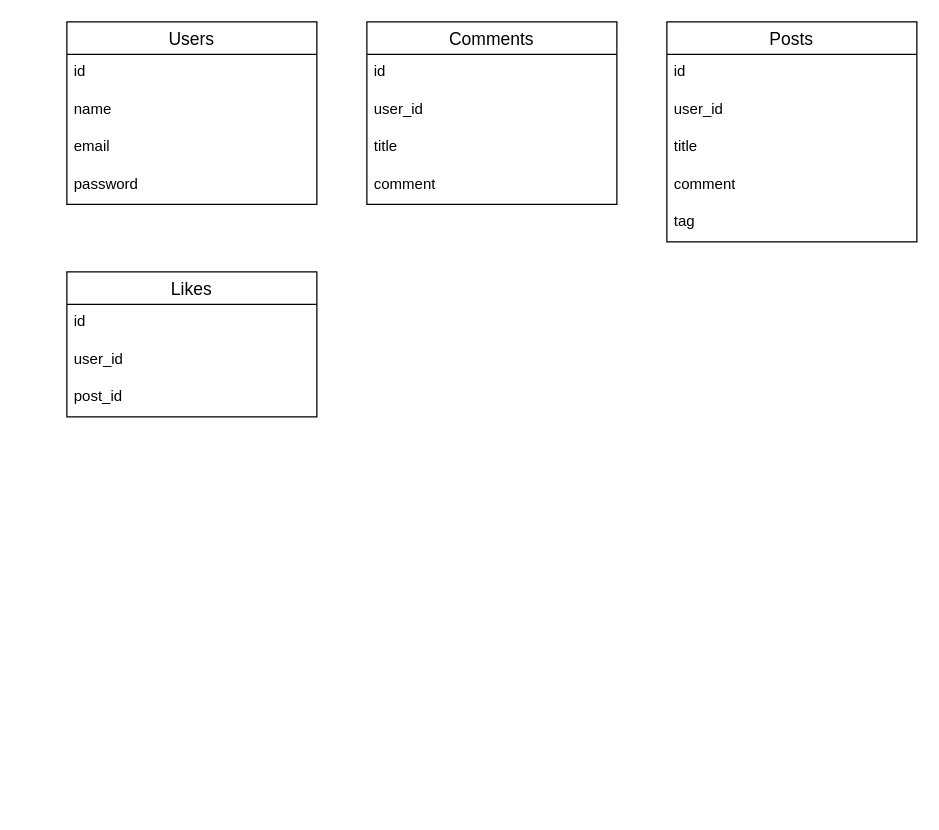
Earlier version of the draw.io diagram ER図.drawio (sakinaga1110/laravel_bbs). Source tidied: cells renumbered, new cells numbered last; positions are measured from the earlier drawing's top-left corner, leaving out a move shared by most shapes. Both pictures are drawn from the tidied source at 125%, with x=0, y=0 at pixel (66, 21).
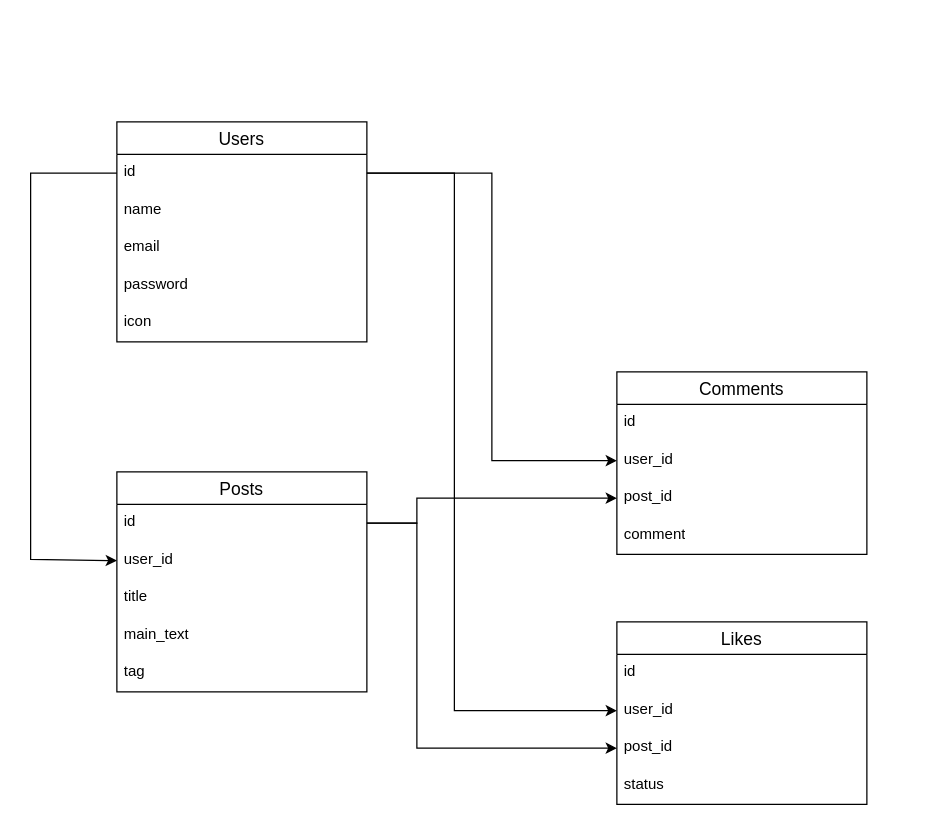
The same page after the edit.

Commit message (it also covers changes not shown here):
ER図.drawio を更新します

Unchanged cells that the change refers to:
```xml
<mxCell id="6" value="id&lt;br&gt;" style="text;strokeColor=none;fillColor=none;spacingLeft=4;spacingRight=4;overflow=hidden;points=[[0,0.5],[1,0.5]];portConstraint=eastwest;fontSize=12;whiteSpace=wrap;html=1;" parent="5" vertex="1">
  <mxGeometry y="26" width="200" height="30" as="geometry" />
</mxCell>
<mxCell id="12" value="user_id" style="text;strokeColor=none;fillColor=none;spacingLeft=4;spacingRight=4;overflow=hidden;points=[[0,0.5],[1,0.5]];portConstraint=eastwest;fontSize=12;whiteSpace=wrap;html=1;" parent="10" vertex="1">
  <mxGeometry y="56" width="200" height="30" as="geometry" />
</mxCell>
<mxCell id="13" value="post_id" style="text;strokeColor=none;fillColor=none;spacingLeft=4;spacingRight=4;overflow=hidden;points=[[0,0.5],[1,0.5]];portConstraint=eastwest;fontSize=12;whiteSpace=wrap;html=1;" parent="10" vertex="1">
  <mxGeometry y="86" width="200" height="30" as="geometry" />
</mxCell>
<mxCell id="15" value="id" style="text;strokeColor=none;fillColor=none;spacingLeft=4;spacingRight=4;overflow=hidden;points=[[0,0.5],[1,0.5]];portConstraint=eastwest;fontSize=12;whiteSpace=wrap;html=1;" parent="14" vertex="1">
  <mxGeometry y="26" width="200" height="30" as="geometry" />
</mxCell>
<mxCell id="16" value="user_id&lt;br&gt;" style="text;strokeColor=none;fillColor=none;spacingLeft=4;spacingRight=4;overflow=hidden;points=[[0,0.5],[1,0.5]];portConstraint=eastwest;fontSize=12;whiteSpace=wrap;html=1;" parent="14" vertex="1">
  <mxGeometry y="56" width="200" height="30" as="geometry" />
</mxCell>
<mxCell id="22" value="user_id&lt;br&gt;" style="text;strokeColor=none;fillColor=none;spacingLeft=4;spacingRight=4;overflow=hidden;points=[[0,0.5],[1,0.5]];portConstraint=eastwest;fontSize=12;whiteSpace=wrap;html=1;" parent="20" vertex="1">
  <mxGeometry y="56" width="200" height="30" as="geometry" />
</mxCell>
```

What changed in the source:
```diff
@@
-    <mxCell id="2" style="shape=partialRectangle;fillColor=none;top=0;left=0;right=0;bottom=0;" parent="1" vertex="1">
-      <mxGeometry x="50" y="190" width="250" height="30" as="geometry" />
-    </mxCell>
-    <mxCell id="3" style="shape=partialRectangle;overflow=hidden;fillColor=none;top=0;left=0;bottom=0;right=0;" parent="2" vertex="1">
-      <mxGeometry width="30" height="30" as="geometry" />
-    </mxCell>
-    <mxCell id="4" style="shape=partialRectangle;overflow=hidden;fillColor=none;top=0;left=0;bottom=0;right=0;align=left;spacingLeft=6;" parent="2" vertex="1">
-      <mxGeometry x="30" width="220" height="30" as="geometry" />
-    </mxCell>
     <mxCell id="5" value="Users" style="swimlane;fontStyle=0;horizontal=1;startSize=26;align=center;fontSize=14;" parent="1" vertex="1">
-      <mxGeometry width="200" height="146" as="geometry" />
+      <mxGeometry x="40" y="80" width="200" height="176" as="geometry" />
     </mxCell>
@@
+    <mxCell id="25" value="icon" style="text;strokeColor=none;fillColor=none;spacingLeft=4;spacingRight=4;overflow=hidden;fontSize=12;whiteSpace=wrap;html=1;" parent="5" vertex="1">
+      <mxGeometry y="146" width="200" height="30" as="geometry" />
+    </mxCell>
     <mxCell id="10" value="Likes" style="swimlane;fontStyle=0;horizontal=1;startSize=26;align=center;fontSize=14;" parent="1" vertex="1">
-      <mxGeometry y="200" width="200" height="116" as="geometry" />
+      <mxGeometry x="440" y="480" width="200" height="146" as="geometry" />
     </mxCell>
@@
+    <mxCell id="26" value="status" style="text;strokeColor=none;fillColor=none;spacingLeft=4;spacingRight=4;overflow=hidden;fontSize=12;whiteSpace=wrap;html=1;" parent="10" vertex="1">
+      <mxGeometry y="116" width="200" height="30" as="geometry" />
+    </mxCell>
     <mxCell id="14" value="Posts" style="swimlane;fontStyle=0;horizontal=1;startSize=26;align=center;fontSize=14;" parent="1" vertex="1">
-      <mxGeometry x="480" width="200" height="176" as="geometry" />
+      <mxGeometry x="40" y="360" width="200" height="176" as="geometry" />
     </mxCell>
@@
-    <mxCell id="18" value="comment" style="text;strokeColor=none;fillColor=none;spacingLeft=4;spacingRight=4;overflow=hidden;fontSize=12;whiteSpace=wrap;html=1;" parent="14" vertex="1">
+    <mxCell id="18" value="main_text" style="text;strokeColor=none;fillColor=none;spacingLeft=4;spacingRight=4;overflow=hidden;fontSize=12;whiteSpace=wrap;html=1;" parent="14" vertex="1">
       <mxGeometry y="116" width="200" height="30" as="geometry" />
     </mxCell>
@@
     <mxCell id="20" value="Comments" style="swimlane;fontStyle=0;horizontal=1;startSize=26;align=center;fontSize=14;" parent="1" vertex="1">
-      <mxGeometry x="240" width="200" height="146" as="geometry" />
+      <mxGeometry x="440" y="280" width="200" height="146" as="geometry" />
     </mxCell>
@@
-    <mxCell id="23" value="title&lt;br&gt;" style="text;strokeColor=none;fillColor=none;spacingLeft=4;spacingRight=4;overflow=hidden;points=[[0,0.5],[1,0.5]];portConstraint=eastwest;fontSize=12;whiteSpace=wrap;html=1;" parent="20" vertex="1">
+    <mxCell id="23" value="post_id" style="text;strokeColor=none;fillColor=none;spacingLeft=4;spacingRight=4;overflow=hidden;points=[[0,0.5],[1,0.5]];portConstraint=eastwest;fontSize=12;whiteSpace=wrap;html=1;" parent="20" vertex="1">
       <mxGeometry y="86" width="200" height="30" as="geometry" />
     </mxCell>
@@
+    <mxCell id="27" style="edgeStyle=orthogonalEdgeStyle;rounded=0;jettySize=auto;html=1;entryX=0;entryY=0.5;entryDx=0;entryDy=0;" parent="1" edge="1" source="6" target="16">
+      <mxGeometry relative="1" as="geometry">
+        <Array as="points">
+          <mxPoint x="-29" y="121" />
+          <mxPoint x="-29" y="430" />
+        </Array>
+      </mxGeometry>
+    </mxCell>
+    <mxCell id="28" style="edgeStyle=orthogonalEdgeStyle;rounded=0;jettySize=auto;html=1;exitX=1;exitY=0.5;exitDx=0;exitDy=0;entryX=0;entryY=0.5;entryDx=0;entryDy=0;" parent="1" edge="1" source="6" target="22">
+      <mxGeometry relative="1" as="geometry" />
+    </mxCell>
+    <mxCell id="29" style="edgeStyle=orthogonalEdgeStyle;rounded=0;jettySize=auto;html=1;exitX=1;exitY=0.5;exitDx=0;exitDy=0;entryX=0;entryY=0.5;entryDx=0;entryDy=0;" parent="1" edge="1" source="6" target="12">
+      <mxGeometry relative="1" as="geometry">
+        <Array as="points">
+          <mxPoint x="310" y="121" />
+          <mxPoint x="310" y="551" />
+        </Array>
+      </mxGeometry>
+    </mxCell>
+    <mxCell id="30" style="edgeStyle=orthogonalEdgeStyle;rounded=0;jettySize=auto;html=1;exitX=1;exitY=0.5;exitDx=0;exitDy=0;entryX=0;entryY=0.5;entryDx=0;entryDy=0;" parent="1" edge="1" source="15" target="13">
+      <mxGeometry relative="1" as="geometry">
+        <Array as="points">
+          <mxPoint x="280" y="401" />
+          <mxPoint x="280" y="581" />
+        </Array>
+      </mxGeometry>
+    </mxCell>
+    <mxCell id="31" style="edgeStyle=orthogonalEdgeStyle;rounded=0;jettySize=auto;html=1;exitX=1;exitY=0.5;exitDx=0;exitDy=0;entryX=0;entryY=0.5;entryDx=0;entryDy=0;" parent="1" edge="1" source="15" target="23">
+      <mxGeometry relative="1" as="geometry">
+        <Array as="points">
+          <mxPoint x="280" y="401" />
+          <mxPoint x="280" y="381" />
+        </Array>
+      </mxGeometry>
+    </mxCell>
```
